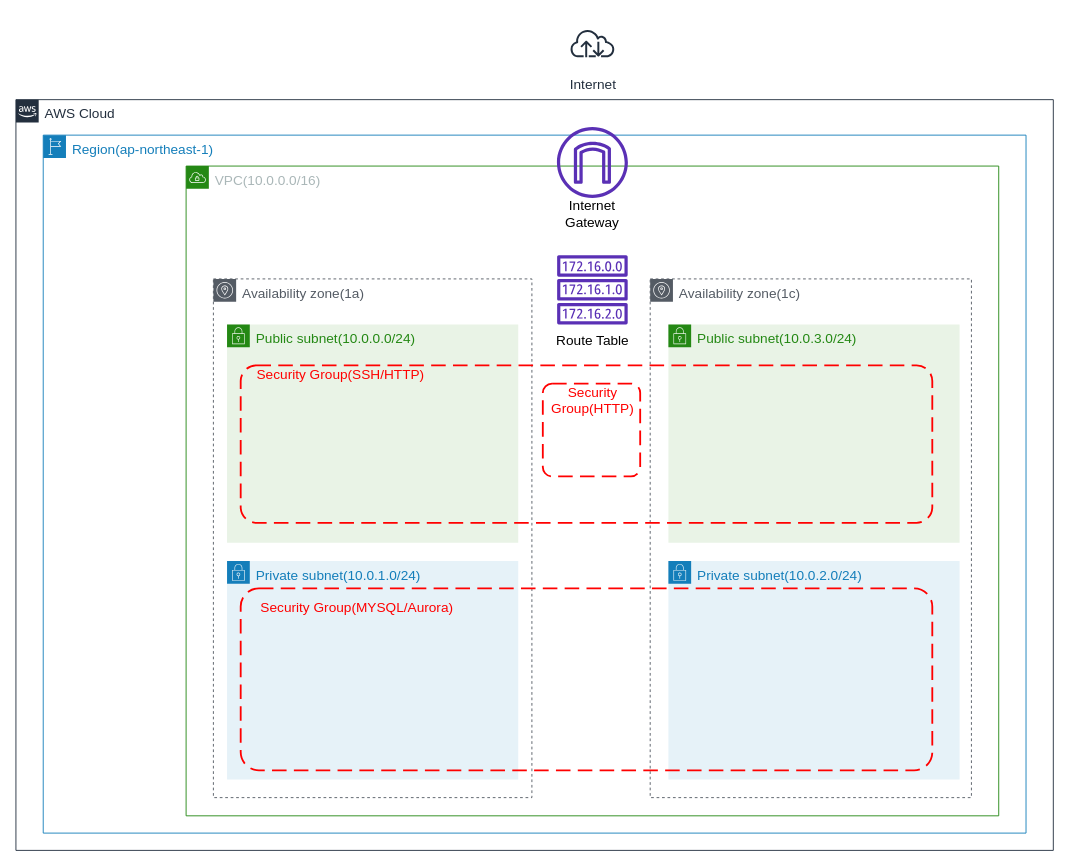
This is page "Security_Layer" (3 of 4) of ELB&S3.drawio from takao0513yamada/toy_app, a draw.io file, before an edit. Source tidied: cells renumbered, new cells numbered last; positions are measured from the earlier drawing's top-left corner, leaving out a move shared by most shapes. Both pictures are drawn from the tidied source at 91%, with x=0, y=0 at pixel (15, 15).
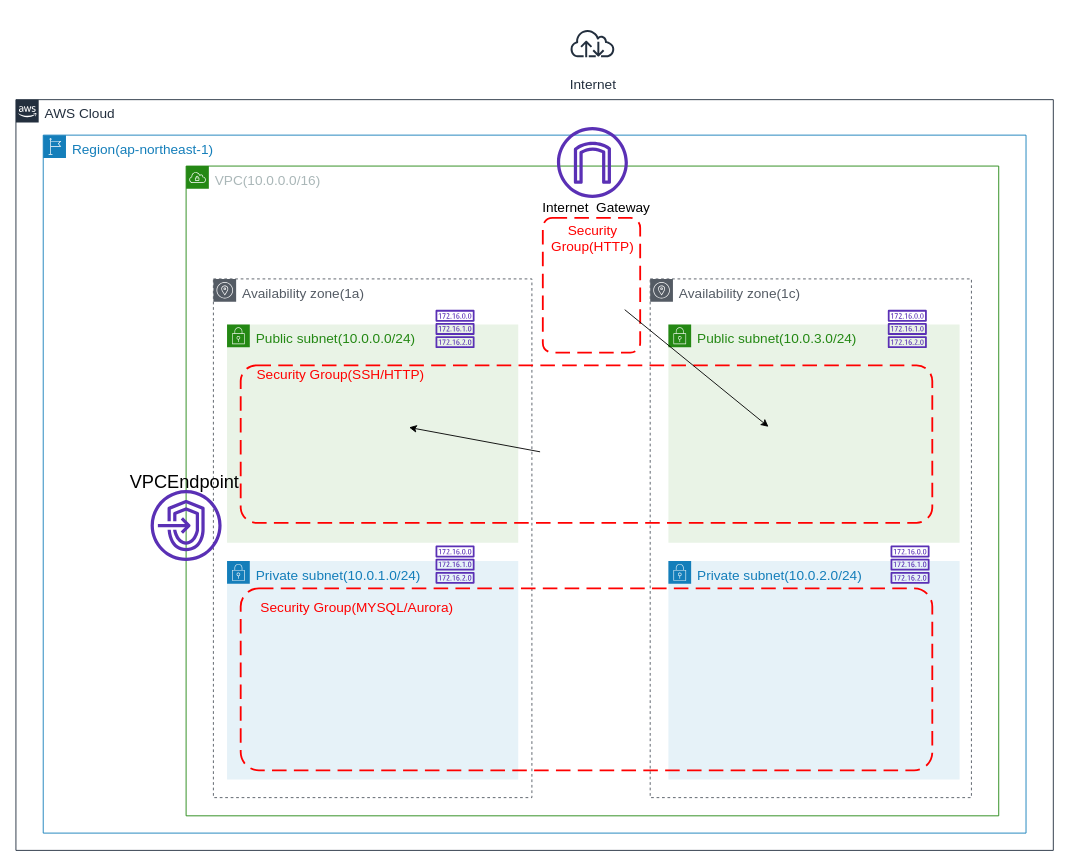
The same page after the edit.

The edit, as a diff of the source:
```diff
@@
-    <mxCell id="0" />
-    <mxCell id="1" parent="0" />
+    <mxCell id="22" />
+    <mxCell id="23" parent="22" />
-    <mxCell id="2" value="&lt;font style=&quot;font-size: 15px&quot;&gt;AWS Cloud&lt;/font&gt;" style="gradientColor=none;html=1;whiteSpace=wrap;fontSize=12;fontStyle=0;shape=mxgraph.aws4.group;grIcon=mxgraph.aws4.group_aws_cloud_alt;strokeColor=#232F3E;fillColor=none;verticalAlign=top;align=left;spacingLeft=30;fontColor=#232F3E;dashed=0;labelBackgroundColor=#ffffff;" parent="1" vertex="1">
+    <mxCell id="2" value="&lt;font style=&quot;font-size: 15px&quot;&gt;AWS Cloud&lt;/font&gt;" style="gradientColor=none;html=1;whiteSpace=wrap;fontSize=12;fontStyle=0;shape=mxgraph.aws4.group;grIcon=mxgraph.aws4.group_aws_cloud_alt;strokeColor=#232F3E;fillColor=none;verticalAlign=top;align=left;spacingLeft=30;fontColor=#232F3E;dashed=0;labelBackgroundColor=#ffffff;" parent="23" vertex="1">
       <mxGeometry y="92" width="1140" height="825" as="geometry" />
     </mxCell>
-    <mxCell id="3" value="&lt;font style=&quot;font-size: 15px&quot;&gt;Region(ap-northeast-1)&lt;/font&gt;" style="gradientColor=none;html=1;whiteSpace=wrap;fontSize=12;fontStyle=0;shape=mxgraph.aws4.group;grIcon=mxgraph.aws4.group_region;strokeColor=#147EBA;fillColor=none;verticalAlign=top;align=left;spacingLeft=30;fontColor=#147EBA;dashed=0;" parent="1" vertex="1">
+    <mxCell id="3" value="&lt;font style=&quot;font-size: 15px&quot;&gt;Region(ap-northeast-1)&lt;/font&gt;" style="gradientColor=none;html=1;whiteSpace=wrap;fontSize=12;fontStyle=0;shape=mxgraph.aws4.group;grIcon=mxgraph.aws4.group_region;strokeColor=#147EBA;fillColor=none;verticalAlign=top;align=left;spacingLeft=30;fontColor=#147EBA;dashed=0;" parent="23" vertex="1">
       <mxGeometry x="30" y="131" width="1080" height="767" as="geometry" />
     </mxCell>
-    <mxCell id="4" value="&lt;font style=&quot;font-size: 15px&quot;&gt;VPC(10.0.0.0/16)&lt;/font&gt;" style="gradientColor=none;html=1;whiteSpace=wrap;fontSize=12;fontStyle=0;shape=mxgraph.aws4.group;grIcon=mxgraph.aws4.group_vpc;strokeColor=#248814;fillColor=none;verticalAlign=top;align=left;spacingLeft=30;fontColor=#AAB7B8;dashed=0;" parent="1" vertex="1">
+    <mxCell id="4" value="&lt;font style=&quot;font-size: 15px&quot;&gt;VPC(10.0.0.0/16)&lt;/font&gt;" style="gradientColor=none;html=1;whiteSpace=wrap;fontSize=12;fontStyle=0;shape=mxgraph.aws4.group;grIcon=mxgraph.aws4.group_vpc;strokeColor=#248814;fillColor=none;verticalAlign=top;align=left;spacingLeft=30;fontColor=#AAB7B8;dashed=0;" parent="23" vertex="1">
       <mxGeometry x="187" y="165" width="893" height="714" as="geometry" />
     </mxCell>
-    <mxCell id="5" value="&lt;font style=&quot;font-size: 15px&quot;&gt;Availability zone(1a)&lt;/font&gt;" style="gradientColor=none;html=1;whiteSpace=wrap;fontSize=12;fontStyle=0;shape=mxgraph.aws4.group;grIcon=mxgraph.aws4.group_availability_zone;strokeColor=#545B64;fillColor=none;verticalAlign=top;align=left;spacingLeft=30;fontColor=#545B64;dashed=1;" parent="1" vertex="1">
+    <mxCell id="5" value="&lt;font style=&quot;font-size: 15px&quot;&gt;Availability zone(1a)&lt;/font&gt;" style="gradientColor=none;html=1;whiteSpace=wrap;fontSize=12;fontStyle=0;shape=mxgraph.aws4.group;grIcon=mxgraph.aws4.group_availability_zone;strokeColor=#545B64;fillColor=none;verticalAlign=top;align=left;spacingLeft=30;fontColor=#545B64;dashed=1;" parent="23" vertex="1">
       <mxGeometry x="217" y="289" width="350" height="570" as="geometry" />
     </mxCell>
-    <mxCell id="6" value="&lt;font style=&quot;font-size: 15px&quot;&gt;Availability zone(1c)&lt;/font&gt;" style="gradientColor=none;html=1;whiteSpace=wrap;fontSize=12;fontStyle=0;shape=mxgraph.aws4.group;grIcon=mxgraph.aws4.group_availability_zone;strokeColor=#545B64;fillColor=none;verticalAlign=top;align=left;spacingLeft=30;fontColor=#545B64;dashed=1;" parent="1" vertex="1">
+    <mxCell id="6" value="&lt;font style=&quot;font-size: 15px&quot;&gt;Availability zone(1c)&lt;/font&gt;" style="gradientColor=none;html=1;whiteSpace=wrap;fontSize=12;fontStyle=0;shape=mxgraph.aws4.group;grIcon=mxgraph.aws4.group_availability_zone;strokeColor=#545B64;fillColor=none;verticalAlign=top;align=left;spacingLeft=30;fontColor=#545B64;dashed=1;" parent="23" vertex="1">
       <mxGeometry x="697" y="289" width="353" height="570" as="geometry" />
     </mxCell>
-    <mxCell id="7" value="&lt;font style=&quot;font-size: 15px&quot;&gt;Public subnet(10.0.0.0/24)&lt;/font&gt;" style="gradientColor=none;html=1;whiteSpace=wrap;fontSize=12;fontStyle=0;shape=mxgraph.aws4.group;grIcon=mxgraph.aws4.group_security_group;grStroke=0;strokeColor=#248814;fillColor=#E9F3E6;verticalAlign=top;align=left;spacingLeft=30;fontColor=#248814;dashed=0;" parent="1" vertex="1">
+    <mxCell id="7" value="&lt;font style=&quot;font-size: 15px&quot;&gt;Public subnet(10.0.0.0/24)&lt;/font&gt;" style="gradientColor=none;html=1;whiteSpace=wrap;fontSize=12;fontStyle=0;shape=mxgraph.aws4.group;grIcon=mxgraph.aws4.group_security_group;grStroke=0;strokeColor=#248814;fillColor=#E9F3E6;verticalAlign=top;align=left;spacingLeft=30;fontColor=#248814;dashed=0;" parent="23" vertex="1">
       <mxGeometry x="232" y="339" width="320" height="240" as="geometry" />
     </mxCell>
-    <mxCell id="8" value="&lt;font style=&quot;font-size: 15px&quot;&gt;Public subnet(10.0.3.0/24)&lt;/font&gt;" style="gradientColor=none;html=1;whiteSpace=wrap;fontSize=12;fontStyle=0;shape=mxgraph.aws4.group;grIcon=mxgraph.aws4.group_security_group;grStroke=0;strokeColor=#248814;fillColor=#E9F3E6;verticalAlign=top;align=left;spacingLeft=30;fontColor=#248814;dashed=0;" parent="1" vertex="1">
+    <mxCell id="8" value="&lt;font style=&quot;font-size: 15px&quot;&gt;Public subnet(10.0.3.0/24)&lt;/font&gt;" style="gradientColor=none;html=1;whiteSpace=wrap;fontSize=12;fontStyle=0;shape=mxgraph.aws4.group;grIcon=mxgraph.aws4.group_security_group;grStroke=0;strokeColor=#248814;fillColor=#E9F3E6;verticalAlign=top;align=left;spacingLeft=30;fontColor=#248814;dashed=0;" parent="23" vertex="1">
       <mxGeometry x="717" y="339" width="320" height="240" as="geometry" />
     </mxCell>
-    <mxCell id="9" value="&lt;font style=&quot;font-size: 15px&quot;&gt;Private subnet(10.0.1.0/24)&lt;/font&gt;" style="gradientColor=none;html=1;whiteSpace=wrap;fontSize=12;fontStyle=0;shape=mxgraph.aws4.group;grIcon=mxgraph.aws4.group_security_group;grStroke=0;strokeColor=#147EBA;fillColor=#E6F2F8;verticalAlign=top;align=left;spacingLeft=30;fontColor=#147EBA;dashed=0;" parent="1" vertex="1">
+    <mxCell id="9" value="&lt;font style=&quot;font-size: 15px&quot;&gt;Private subnet(10.0.1.0/24)&lt;/font&gt;" style="gradientColor=none;html=1;whiteSpace=wrap;fontSize=12;fontStyle=0;shape=mxgraph.aws4.group;grIcon=mxgraph.aws4.group_security_group;grStroke=0;strokeColor=#147EBA;fillColor=#E6F2F8;verticalAlign=top;align=left;spacingLeft=30;fontColor=#147EBA;dashed=0;" parent="23" vertex="1">
       <mxGeometry x="232" y="599" width="320" height="240" as="geometry" />
     </mxCell>
-    <mxCell id="10" value="&lt;font style=&quot;font-size: 15px&quot;&gt;Private subnet(10.0.2.0/24)&lt;/font&gt;" style="gradientColor=none;html=1;whiteSpace=wrap;fontSize=12;fontStyle=0;shape=mxgraph.aws4.group;grIcon=mxgraph.aws4.group_security_group;grStroke=0;strokeColor=#147EBA;fillColor=#E6F2F8;verticalAlign=top;align=left;spacingLeft=30;fontColor=#147EBA;dashed=0;" parent="1" vertex="1">
+    <mxCell id="10" value="&lt;font style=&quot;font-size: 15px&quot;&gt;Private subnet(10.0.2.0/24)&lt;/font&gt;" style="gradientColor=none;html=1;whiteSpace=wrap;fontSize=12;fontStyle=0;shape=mxgraph.aws4.group;grIcon=mxgraph.aws4.group_security_group;grStroke=0;strokeColor=#147EBA;fillColor=#E6F2F8;verticalAlign=top;align=left;spacingLeft=30;fontColor=#147EBA;dashed=0;" parent="23" vertex="1">
       <mxGeometry x="717" y="599" width="320" height="240" as="geometry" />
     </mxCell>
-    <mxCell id="11" value="&lt;font style=&quot;font-size: 15px&quot;&gt;Internet&lt;/font&gt;" style="fontColor=#232F3E;gradientColor=none;strokeColor=#232F3E;fillColor=#ffffff;dashed=0;verticalLabelPosition=bottom;verticalAlign=top;align=center;html=1;fontSize=12;fontStyle=0;shape=mxgraph.aws4.resourceIcon;resIcon=mxgraph.aws4.internet;" parent="1" vertex="1">
+    <mxCell id="11" value="&lt;font style=&quot;font-size: 15px&quot;&gt;Internet&lt;/font&gt;" style="fontColor=#232F3E;gradientColor=none;strokeColor=#232F3E;fillColor=#ffffff;dashed=0;verticalLabelPosition=bottom;verticalAlign=top;align=center;html=1;fontSize=12;fontStyle=0;shape=mxgraph.aws4.resourceIcon;resIcon=mxgraph.aws4.internet;" parent="23" vertex="1">
       <mxGeometry x="603.5" width="60" height="60" as="geometry" />
     </mxCell>
-    <mxCell id="12" style="fontColor=#232F3E;gradientColor=none;fillColor=#5A30B5;strokeColor=none;dashed=0;verticalLabelPosition=bottom;verticalAlign=top;align=center;html=1;fontSize=12;fontStyle=0;shape=mxgraph.aws4.internet_gateway;" parent="1" vertex="1">
+    <mxCell id="12" style="fontColor=#232F3E;gradientColor=none;fillColor=#5A30B5;strokeColor=none;dashed=0;verticalLabelPosition=bottom;verticalAlign=top;align=center;html=1;fontSize=12;fontStyle=0;shape=mxgraph.aws4.internet_gateway;" parent="23" vertex="1">
       <mxGeometry x="594.5" y="122" width="78" height="78" as="geometry" />
     </mxCell>
-    <mxCell id="13" style="fontColor=#232F3E;gradientColor=none;fillColor=#5A30B5;strokeColor=none;dashed=0;verticalLabelPosition=bottom;verticalAlign=top;align=center;html=1;fontSize=12;fontStyle=0;shape=mxgraph.aws4.route_table;" parent="1" vertex="1">
-      <mxGeometry x="594.5" y="263" width="78" height="76" as="geometry" />
-    </mxCell>
-    <mxCell id="14" value="Route Table" style="text;html=1;strokeColor=none;fillColor=none;align=center;verticalAlign=middle;whiteSpace=wrap;rounded=0;fontSize=15;" parent="1" vertex="1">
-      <mxGeometry x="584.5" y="339" width="98" height="33" as="geometry" />
-    </mxCell>
+    <mxCell id="24" style="fontColor=#232F3E;gradientColor=none;fillColor=#5A30B5;strokeColor=none;dashed=0;verticalLabelPosition=bottom;verticalAlign=top;align=center;html=1;fontSize=12;fontStyle=0;shape=mxgraph.aws4.route_table;" parent="23" vertex="1">
+      <mxGeometry x="961" y="582" width="43.1" height="42" as="geometry" />
+    </mxCell>
-    <mxCell id="15" value="Internet&lt;br&gt;Gateway" style="text;html=1;strokeColor=none;fillColor=none;align=center;verticalAlign=middle;whiteSpace=wrap;rounded=0;fontSize=15;" parent="1" vertex="1">
-      <mxGeometry x="594" y="200" width="79" height="33" as="geometry" />
+    <mxCell id="15" value="Internet&amp;nbsp; Gateway" style="text;html=1;strokeColor=none;fillColor=none;align=center;verticalAlign=middle;whiteSpace=wrap;rounded=0;fontSize=15;" parent="23" vertex="1">
+      <mxGeometry x="571" y="193" width="133.5" height="33" as="geometry" />
     </mxCell>
-    <mxCell id="16" style="rounded=1;arcSize=10;dashed=1;strokeColor=#ff0000;fillColor=none;gradientColor=none;dashPattern=8 4;strokeWidth=2;" parent="1" vertex="1">
+    <mxCell id="16" style="rounded=1;arcSize=10;dashed=1;strokeColor=#ff0000;fillColor=none;gradientColor=none;dashPattern=8 4;strokeWidth=2;" parent="23" vertex="1">
       <mxGeometry x="247" y="384" width="760" height="173" as="geometry" />
     </mxCell>
-    <mxCell id="17" style="rounded=1;arcSize=10;dashed=1;strokeColor=#ff0000;fillColor=none;gradientColor=none;dashPattern=8 4;strokeWidth=2;" parent="1" vertex="1">
+    <mxCell id="17" style="rounded=1;arcSize=10;dashed=1;strokeColor=#ff0000;fillColor=none;gradientColor=none;dashPattern=8 4;strokeWidth=2;" parent="23" vertex="1">
       <mxGeometry x="247" y="629" width="760" height="200" as="geometry" />
     </mxCell>
-    <mxCell id="18" value="&lt;span style=&quot;font-size: 15px&quot;&gt;&lt;font color=&quot;#ff0000&quot;&gt;Security Group(SSH/HTTP)&lt;/font&gt;&lt;/span&gt;" style="text;html=1;strokeColor=none;fillColor=none;align=center;verticalAlign=middle;whiteSpace=wrap;rounded=0;" parent="1" vertex="1">
+    <mxCell id="18" value="&lt;span style=&quot;font-size: 15px&quot;&gt;&lt;font color=&quot;#ff0000&quot;&gt;Security Group(SSH/HTTP)&lt;/font&gt;&lt;/span&gt;" style="text;html=1;strokeColor=none;fillColor=none;align=center;verticalAlign=middle;whiteSpace=wrap;rounded=0;" parent="23" vertex="1">
       <mxGeometry x="257" y="384" width="200" height="20" as="geometry" />
     </mxCell>
-    <mxCell id="19" value="&lt;span style=&quot;font-size: 15px&quot;&gt;&lt;font color=&quot;#ff0000&quot;&gt;Security Group(MYSQL/Aurora)&lt;/font&gt;&lt;/span&gt;" style="text;html=1;strokeColor=none;fillColor=none;align=center;verticalAlign=middle;whiteSpace=wrap;rounded=0;" parent="1" vertex="1">
+    <mxCell id="19" value="&lt;span style=&quot;font-size: 15px&quot;&gt;&lt;font color=&quot;#ff0000&quot;&gt;Security Group(MYSQL/Aurora)&lt;/font&gt;&lt;/span&gt;" style="text;html=1;strokeColor=none;fillColor=none;align=center;verticalAlign=middle;whiteSpace=wrap;rounded=0;" parent="23" vertex="1">
       <mxGeometry x="260" y="639" width="230" height="20" as="geometry" />
     </mxCell>
-    <mxCell id="20" style="rounded=1;arcSize=10;dashed=1;strokeColor=#ff0000;fillColor=none;gradientColor=none;dashPattern=8 4;strokeWidth=2;" parent="1" vertex="1">
-      <mxGeometry x="579" y="404" width="107" height="102" as="geometry" />
-    </mxCell>
+    <mxCell id="25" style="rounded=1;arcSize=10;dashed=1;strokeColor=#ff0000;fillColor=none;gradientColor=none;dashPattern=8 4;strokeWidth=2;" parent="23" vertex="1">
+      <mxGeometry x="579" y="222" width="107" height="148" as="geometry" />
+    </mxCell>
-    <mxCell id="21" value="&lt;span style=&quot;font-size: 15px&quot;&gt;&lt;font color=&quot;#ff0000&quot;&gt;Security &lt;br&gt;Group(HTTP)&lt;/font&gt;&lt;/span&gt;" style="text;html=1;strokeColor=none;fillColor=none;align=center;verticalAlign=middle;whiteSpace=wrap;rounded=0;" parent="1" vertex="1">
-      <mxGeometry x="585" y="390" width="97.5" height="63" as="geometry" />
+    <mxCell id="21" value="&lt;span style=&quot;font-size: 15px&quot;&gt;&lt;font color=&quot;#ff0000&quot;&gt;Security &lt;br&gt;Group(HTTP)&lt;/font&gt;&lt;/span&gt;" style="text;html=1;strokeColor=none;fillColor=none;align=center;verticalAlign=middle;whiteSpace=wrap;rounded=0;" parent="23" vertex="1">
+      <mxGeometry x="584.8" y="212" width="97.5" height="63" as="geometry" />
     </mxCell>
+    <mxCell id="26" style="endArrow=classic;html=1;" parent="23" edge="1">
+      <mxGeometry relative="1" as="geometry">
+        <mxPoint x="576" y="479" as="sourcePoint" />
+        <mxPoint x="432" y="452.2" as="targetPoint" />
+      </mxGeometry>
+    </mxCell>
+    <mxCell id="27" style="endArrow=classic;html=1;" parent="23" edge="1">
+      <mxGeometry relative="1" as="geometry">
+        <mxPoint x="669" y="322.8" as="sourcePoint" />
+        <mxPoint x="827" y="451.5" as="targetPoint" />
+      </mxGeometry>
+    </mxCell>
+    <mxCell id="28" style="fontColor=#232F3E;gradientColor=none;fillColor=#5A30B5;strokeColor=none;dashed=0;verticalLabelPosition=bottom;verticalAlign=top;align=center;html=1;fontSize=12;fontStyle=0;shape=mxgraph.aws4.endpoints;" parent="23" vertex="1">
+      <mxGeometry x="148" y="521" width="78" height="78" as="geometry" />
+    </mxCell>
+    <mxCell id="29" value="&lt;font style=&quot;font-size: 20px&quot;&gt;VPCEndpoint&lt;/font&gt;" style="text;html=1;strokeColor=none;fillColor=none;align=center;verticalAlign=middle;whiteSpace=wrap;rounded=0;" parent="23" vertex="1">
+      <mxGeometry x="111" y="501" width="149" height="20" as="geometry" />
+    </mxCell>
+    <mxCell id="30" style="edgeStyle=orthogonalEdgeStyle;rounded=0;orthogonalLoop=1;jettySize=auto;html=1;exitX=0.5;exitY=1;exitDx=0;exitDy=0;" parent="23" edge="1">
+      <mxGeometry relative="1" as="geometry">
+        <mxPoint x="79" y="697" as="sourcePoint" />
+        <mxPoint x="79" y="697" as="targetPoint" />
+      </mxGeometry>
+    </mxCell>
+    <mxCell id="31" style="fontColor=#232F3E;gradientColor=none;fillColor=#5A30B5;strokeColor=none;dashed=0;verticalLabelPosition=bottom;verticalAlign=top;align=center;html=1;fontSize=12;fontStyle=0;shape=mxgraph.aws4.route_table;" parent="23" vertex="1">
+      <mxGeometry x="461" y="582" width="43.1" height="42" as="geometry" />
+    </mxCell>
+    <mxCell id="32" style="fontColor=#232F3E;gradientColor=none;fillColor=#5A30B5;strokeColor=none;dashed=0;verticalLabelPosition=bottom;verticalAlign=top;align=center;html=1;fontSize=12;fontStyle=0;shape=mxgraph.aws4.route_table;" parent="23" vertex="1">
+      <mxGeometry x="958" y="323" width="43.1" height="42" as="geometry" />
+    </mxCell>
+    <mxCell id="33" style="fontColor=#232F3E;gradientColor=none;fillColor=#5A30B5;strokeColor=none;dashed=0;verticalLabelPosition=bottom;verticalAlign=top;align=center;html=1;fontSize=12;fontStyle=0;shape=mxgraph.aws4.route_table;" parent="23" vertex="1">
+      <mxGeometry x="461" y="323" width="43.1" height="42" as="geometry" />
+    </mxCell>
```
